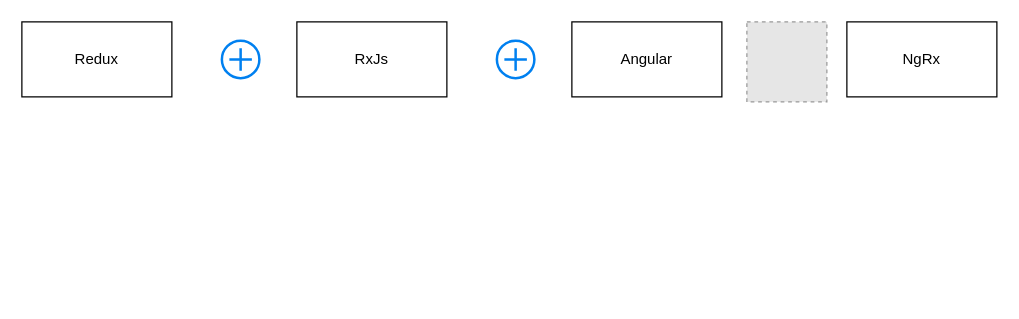
Before: page "Page-1" (1 of 3) of component-data-flow.drawio in randhawagagan/diagrams, a draw.io diagram. Source tidied: cells renumbered, new cells numbered last; positions are measured from the earlier drawing's top-left corner, leaving out a move shared by most shapes. Both pictures are drawn from the tidied source at 125%, with x=0, y=0 at pixel (21, 21). Pictures stored in the file or linked from it are replaced by grey dashed boxes.
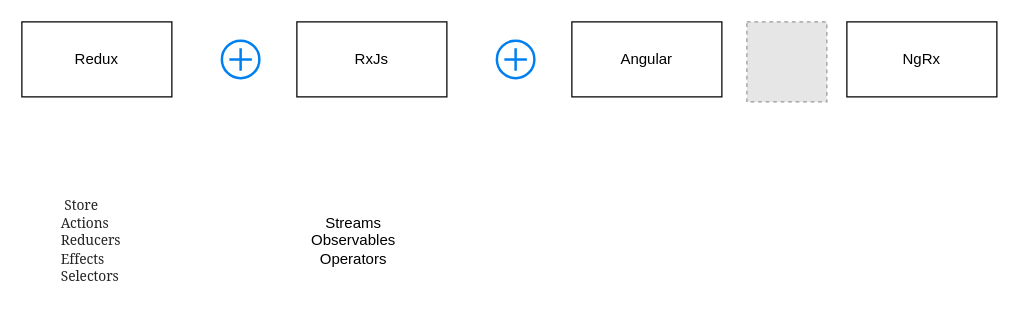
After the change.

Diff of the diagram source:
```diff
@@
 <mxGraphModel>
   <root>
     <mxCell id="0" />
     <mxCell id="1" parent="0" />
     <mxCell id="2" value="RxJs" style="rounded=0;whiteSpace=wrap;html=1;" parent="1" vertex="1">
       <mxGeometry x="220" width="120" height="60" as="geometry" />
     </mxCell>
     <mxCell id="3" value="Redux" style="rounded=0;whiteSpace=wrap;html=1;" parent="1" vertex="1">
       <mxGeometry width="120" height="60" as="geometry" />
     </mxCell>
     <mxCell id="4" value="Angular" style="rounded=0;whiteSpace=wrap;html=1;" parent="1" vertex="1">
       <mxGeometry x="440" width="120" height="60" as="geometry" />
     </mxCell>
     <mxCell id="5" value="NgRx" style="rounded=0;whiteSpace=wrap;html=1;" parent="1" vertex="1">
       <mxGeometry x="660" width="120" height="60" as="geometry" />
     </mxCell>
     <mxCell id="6" style="html=1;verticalLabelPosition=bottom;align=center;labelBackgroundColor=#ffffff;verticalAlign=top;strokeWidth=2;strokeColor=#0080F0;shadow=0;dashed=0;shape=mxgraph.ios7.icons.add;" parent="1" vertex="1">
       <mxGeometry x="160" y="15" width="30" height="30" as="geometry" />
     </mxCell>
     <mxCell id="7" style="html=1;verticalLabelPosition=bottom;align=center;labelBackgroundColor=#ffffff;verticalAlign=top;strokeWidth=2;strokeColor=#0080F0;shadow=0;dashed=0;shape=mxgraph.ios7.icons.add;" parent="1" vertex="1">
       <mxGeometry x="380" y="15" width="30" height="30" as="geometry" />
     </mxCell>
     <mxCell id="8" style="fillColor=#E6E6E6;strokeColor=#999999;dashed=1;html=1;verticalAlign=top;verticalLabelPosition=bottom;labelBackgroundColor=#ffffff;" parent="1" vertex="1">
       <mxGeometry x="580" width="64" height="64" as="geometry" />
     </mxCell>
+    <mxCell id="9" value="&lt;div style=&quot;text-align: start;&quot;&gt;&lt;font face=&quot;source-serif-pro, Georgia, Cambria, Times New Roman, Times, serif&quot; color=&quot;#242424&quot;&gt;&lt;span style=&quot;font-size: 11px; letter-spacing: -0.06px; text-wrap: wrap;&quot;&gt;&amp;nbsp;Store&lt;/span&gt;&lt;/font&gt;&lt;/div&gt;&lt;div style=&quot;text-align: start;&quot;&gt;&lt;font face=&quot;source-serif-pro, Georgia, Cambria, Times New Roman, Times, serif&quot; color=&quot;#242424&quot;&gt;&lt;span style=&quot;font-size: 11px; letter-spacing: -0.06px; text-wrap: wrap;&quot;&gt;Actions&lt;/span&gt;&lt;/font&gt;&lt;/div&gt;&lt;div style=&quot;text-align: start;&quot;&gt;&lt;font face=&quot;source-serif-pro, Georgia, Cambria, Times New Roman, Times, serif&quot; color=&quot;#242424&quot;&gt;&lt;span style=&quot;font-size: 11px; letter-spacing: -0.06px; text-wrap: wrap;&quot;&gt;Reducers&lt;/span&gt;&lt;/font&gt;&lt;/div&gt;&lt;div style=&quot;text-align: start;&quot;&gt;&lt;font face=&quot;source-serif-pro, Georgia, Cambria, Times New Roman, Times, serif&quot; color=&quot;#242424&quot;&gt;&lt;span style=&quot;font-size: 11px; letter-spacing: -0.06px; text-wrap: wrap;&quot;&gt;Effects&lt;/span&gt;&lt;/font&gt;&lt;/div&gt;&lt;div style=&quot;text-align: start;&quot;&gt;&lt;font face=&quot;source-serif-pro, Georgia, Cambria, Times New Roman, Times, serif&quot; color=&quot;#242424&quot;&gt;&lt;span style=&quot;font-size: 11px; letter-spacing: -0.06px; text-wrap: wrap;&quot;&gt;Selectors&lt;/span&gt;&lt;/font&gt;&lt;/div&gt;" style="text;html=1;align=center;verticalAlign=middle;strokeColor=none;fillColor=none;" parent="1" vertex="1">
+      <mxGeometry x="20" y="130" width="70" height="90" as="geometry" />
+    </mxCell>
+    <mxCell id="10" value="Streams&lt;div&gt;Observables&lt;/div&gt;&lt;div&gt;Operators&lt;/div&gt;" style="text;html=1;align=center;verticalAlign=middle;strokeColor=none;fillColor=none;" parent="1" vertex="1">
+      <mxGeometry x="220" y="145" width="90" height="60" as="geometry" />
+    </mxCell>
   </root>
 </mxGraphModel>
```
